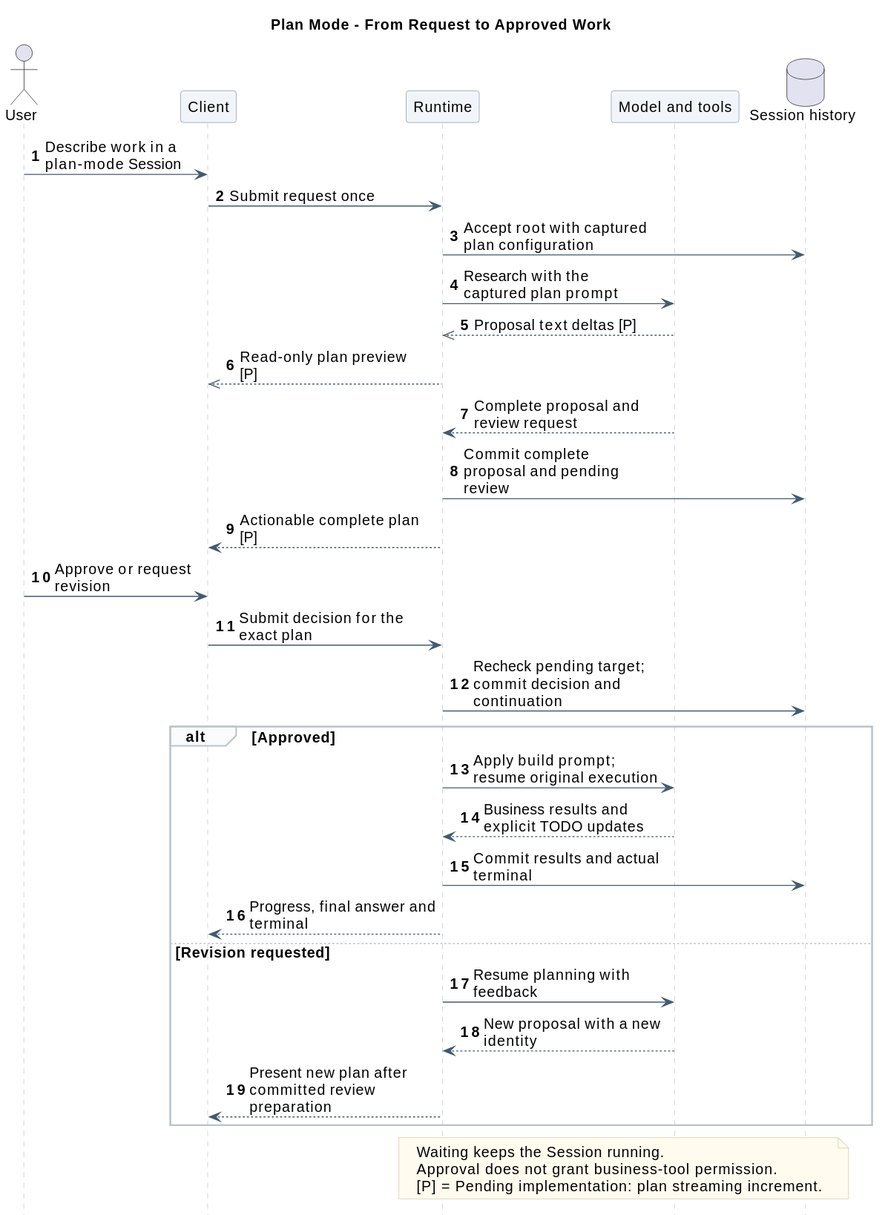
Above: 01-总体架构/06-CampusClaw计划模式/plan_mode_end_to_end.svg in ssm0808/pi-mono-java-design (PlantUML), before the change.
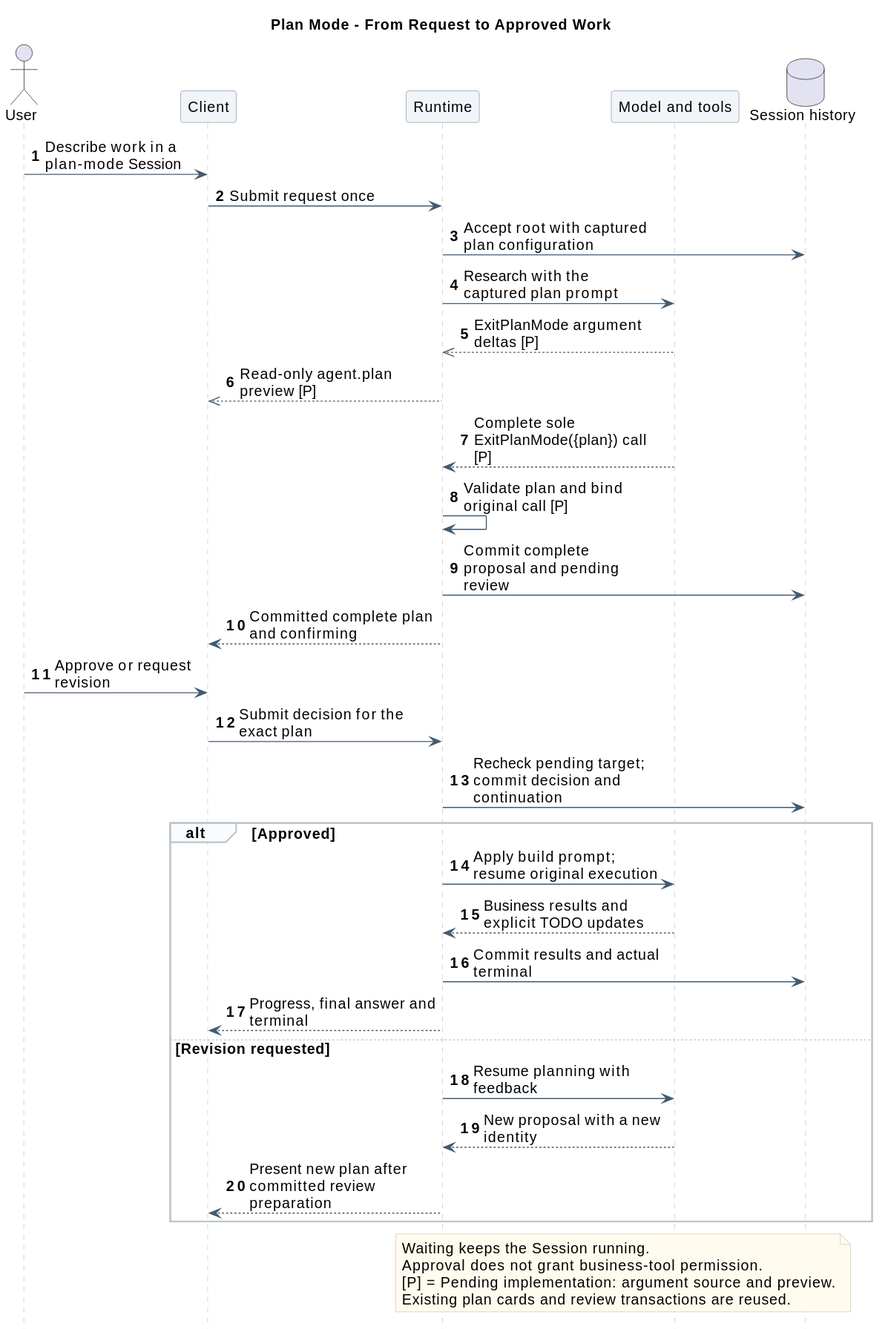
The same file after the commit.

Change to the diagram source:
```diff
@@ -26,11 +26,12 @@
 Client -> Runtime : Submit request once
 Runtime -> DB : Accept root with captured plan configuration
 Runtime -> Agent : Research with the captured plan prompt
-Agent -->> Runtime : Proposal text deltas [P]
-Runtime -->> Client : Read-only plan preview [P]
-Agent --> Runtime : Complete proposal and review request
+Agent -->> Runtime : ExitPlanMode argument deltas [P]
+Runtime -->> Client : Read-only agent.plan preview [P]
+Agent --> Runtime : Complete sole ExitPlanMode({plan}) call [P]
+Runtime -> Runtime : Validate plan and bind original call [P]
 Runtime -> DB : Commit complete proposal and pending review
-Runtime --> Client : Actionable complete plan [P]
+Runtime --> Client : Committed complete plan and confirming
 User -> Client : Approve or request revision
 Client -> Runtime : Submit decision for the exact plan
 Runtime -> DB : Recheck pending target; commit decision and continuation
@@ -47,6 +48,7 @@
 note over Runtime,DB
   Waiting keeps the Session running.
   Approval does not grant business-tool permission.
-  [P] = Pending implementation: plan streaming increment.
+  [P] = Pending implementation: argument source and preview.
+  Existing plan cards and review transactions are reused.
 end note
 @enduml
```
